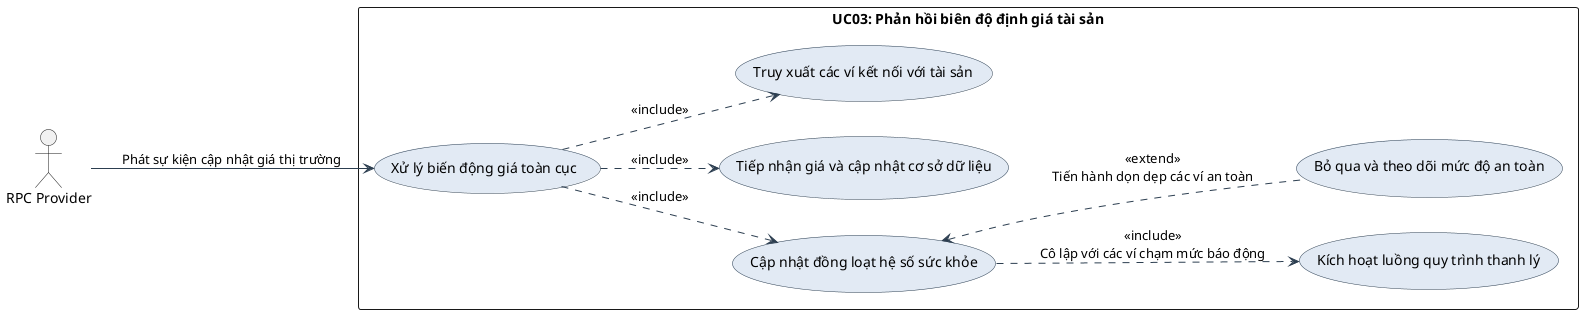
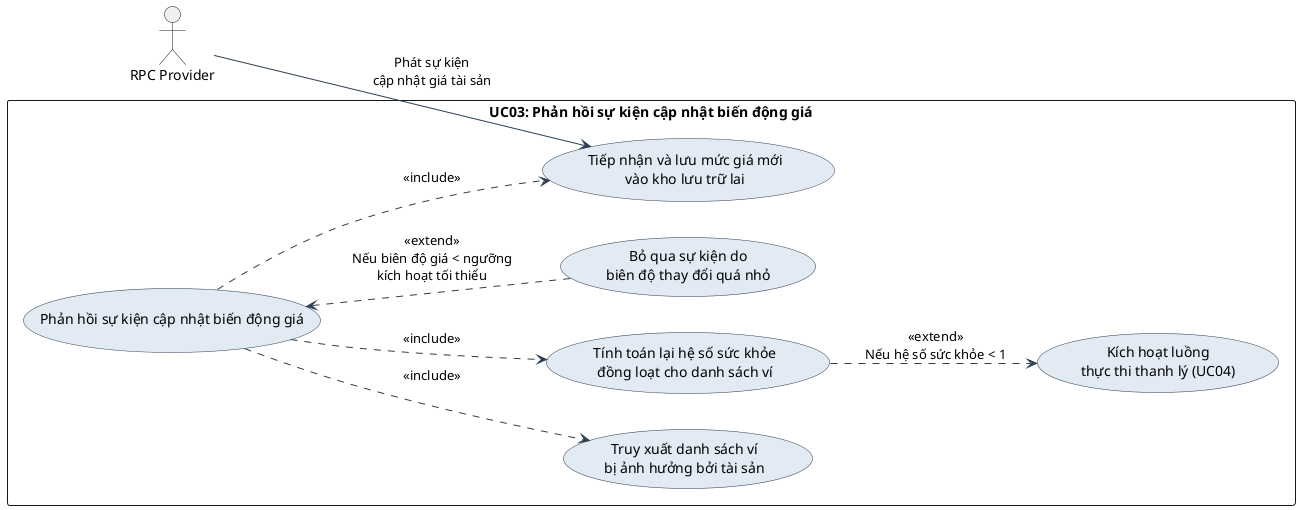
﻿@startuml
skinparam packageStyle rectangle
skinparam backgroundColor #FFFFFF
skinparam usecase {
    BackgroundColor #E2EAF4
    BorderColor #2C3E50
    ArrowColor #2C3E50
    FontName Arial
}

left to right direction

actor "RPC Provider" as RPC

- rectangle "UC03: Phản hồi biên độ định giá tài sản" {
+ rectangle "UC03: Phản hồi sự kiện cập nhật biến động giá" {

-     usecase "Xử lý biến động giá toàn cục" as UC03
+     usecase "Phản hồi sự kiện cập nhật biến động giá" as UC03

-     usecase "Tiếp nhận giá và cập nhật cơ sở dữ liệu" as Sub1
-     usecase "Truy xuất các ví kết nối với tài sản" as Sub2
-     usecase "Cập nhật đồng loạt hệ số sức khỏe" as Sub3
+     usecase "Tiếp nhận và lưu mức giá mới\nvào kho lưu trữ lai" as Sub1
+     usecase "Truy xuất danh sách ví\nbị ảnh hưởng bởi tài sản" as Sub2
+     usecase "Tính toán lại hệ số sức khỏe\nđồng loạt cho danh sách ví" as Sub3

-     usecase "Kích hoạt luồng quy trình thanh lý" as Sub4
-     usecase "Bỏ qua và theo dõi mức độ an toàn" as Ext1
+     usecase "Kích hoạt luồng\nthực thi thanh lý (UC04)" as Sub4
+     usecase "Bỏ qua sự kiện do\nbiên độ thay đổi quá nhỏ" as Ext1
}

- RPC --> UC03 : "Phát sự kiện cập nhật giá thị trường"
+ RPC --> Sub1 : "Phát sự kiện\ncập nhật giá tài sản"

UC03 ..> Sub1 : <<include>>
UC03 ..> Sub2 : <<include>>
UC03 ..> Sub3 : <<include>>

- Sub3 ..> Sub4 : <<include>>\nCô lập với các ví chạm mức báo động
- Ext1 .up.> Sub3 : <<extend>>\nTiến hành dọn dẹp các ví an toàn
+ Sub3 ..> Sub4 : <<extend>>\nNếu hệ số sức khỏe < 1
+ Ext1 .up.> UC03 : <<extend>>\nNếu biên độ giá < ngưỡng\nkích hoạt tối thiểu

@enduml
